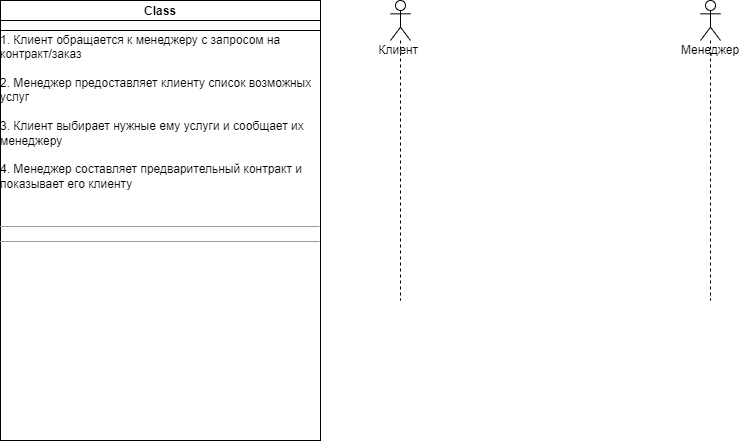
Earlier version of the draw.io export InteractionDiagram.drawio.png (Awftf/UML). Source tidied: cells renumbered, new cells last; positions are measured from the earlier drawing's top-left corner, leaving out a move shared by most shapes.
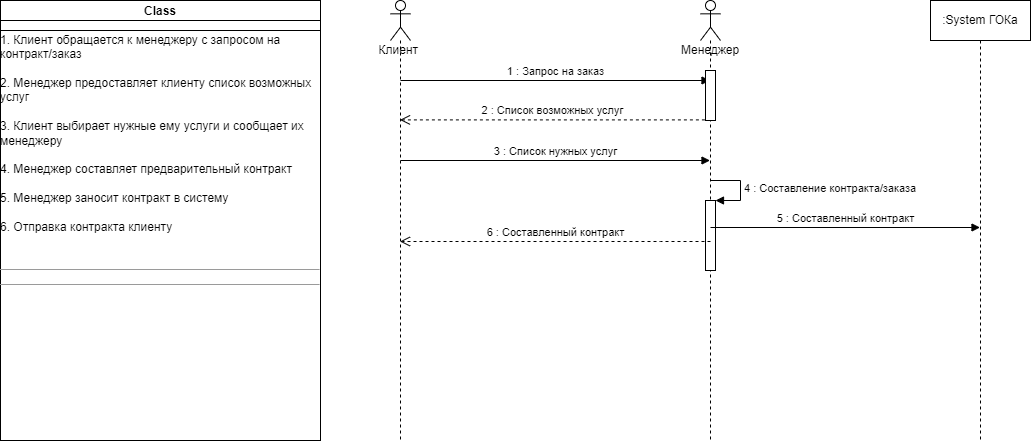
The same diagram one commit later.

Change to the diagram source:
```diff
@@ -3,16 +3,61 @@
     <mxCell id="0" />
     <mxCell id="1" parent="0" />
     <mxCell id="2" value="Клиент&amp;nbsp;" style="shape=umlLifeline;participant=umlActor;perimeter=lifelinePerimeter;whiteSpace=wrap;html=1;verticalAlign=top;spacingTop=36;outlineConnect=0;" parent="1" vertex="1">
-      <mxGeometry x="390" width="20" height="300" as="geometry" />
+      <mxGeometry x="390" width="20" height="440" as="geometry" />
     </mxCell>
+    <mxCell id="6" value="3 : Список нужных услуг" style="html=1;verticalAlign=bottom;endArrow=block;rounded=0;" parent="2" edge="1" target="3">
+      <mxGeometry relative="1" as="geometry">
+        <mxPoint x="10" y="160" as="sourcePoint" />
+      </mxGeometry>
+    </mxCell>
+    <mxCell id="7" value="1 : Запрос на заказ" style="html=1;verticalAlign=bottom;endArrow=block;rounded=0;" parent="2" edge="1" target="3">
+      <mxGeometry relative="1" as="geometry">
+        <mxPoint x="10" y="80" as="sourcePoint" />
+      </mxGeometry>
+    </mxCell>
     <mxCell id="3" value="Менеджер&lt;br&gt;" style="shape=umlLifeline;participant=umlActor;perimeter=lifelinePerimeter;whiteSpace=wrap;html=1;verticalAlign=top;spacingTop=36;outlineConnect=0;" parent="1" vertex="1">
-      <mxGeometry x="700" width="20" height="300" as="geometry" />
+      <mxGeometry x="700" width="20" height="440" as="geometry" />
     </mxCell>
+    <mxCell id="8" style="html=1;points=[];perimeter=orthogonalPerimeter;" parent="3" vertex="1">
+      <mxGeometry x="5" y="70" width="10" height="50" as="geometry" />
+    </mxCell>
+    <mxCell id="9" style="html=1;points=[];perimeter=orthogonalPerimeter;" parent="3" vertex="1">
+      <mxGeometry x="5" y="200" width="10" height="70" as="geometry" />
+    </mxCell>
+    <mxCell id="10" value="4 : Составление контракта/заказа" style="edgeStyle=orthogonalEdgeStyle;html=1;align=left;spacingLeft=2;endArrow=block;rounded=0;entryX=1;entryY=0;" parent="3" edge="1" target="9">
+      <mxGeometry relative="1" as="geometry">
+        <mxPoint x="10" y="180" as="sourcePoint" />
+        <Array as="points">
+          <mxPoint x="40" y="180" />
+        </Array>
+      </mxGeometry>
+    </mxCell>
+    <mxCell id="11" value="5 : Составленный контракт" style="html=1;verticalAlign=bottom;endArrow=block;rounded=0;" parent="3" edge="1">
+      <mxGeometry relative="1" as="geometry">
+        <mxPoint x="10" y="227" as="sourcePoint" />
+        <mxPoint x="279.5" y="227" as="targetPoint" />
+      </mxGeometry>
+    </mxCell>
-    <mxCell id="4" value="&lt;p style=&quot;margin: 0px ; margin-top: 4px ; text-align: center&quot;&gt;&lt;b&gt;Class&lt;/b&gt;&lt;/p&gt;&lt;br&gt;1. Клиент обращается к менеджеру с запросом на &lt;br&gt;контракт/заказ&lt;br&gt;&lt;br&gt;2. Менеджер предоставляет клиенту список возможных&lt;br&gt;услуг&lt;br&gt;&lt;br&gt;3. Клиент выбирает нужные ему услуги и сообщает их&lt;br&gt;менеджеру&lt;br&gt;&lt;br&gt;4. Менеджер составляет предварительный контракт и&amp;nbsp;&lt;br&gt;показывает его клиенту&amp;nbsp;&lt;br&gt;&lt;br&gt;&lt;br&gt;&lt;hr size=&quot;1&quot;&gt;&lt;div style=&quot;height: 2px&quot;&gt;&lt;br&gt;&lt;/div&gt;&lt;hr size=&quot;1&quot;&gt;&lt;div style=&quot;height: 2px&quot;&gt;&lt;/div&gt;" style="verticalAlign=top;align=left;overflow=fill;fontSize=12;fontFamily=Helvetica;html=1;" parent="1" vertex="1">
+    <mxCell id="4" value="&lt;p style=&quot;margin: 0px ; margin-top: 4px ; text-align: center&quot;&gt;&lt;b&gt;Class&lt;/b&gt;&lt;/p&gt;&lt;br&gt;1. Клиент обращается к менеджеру с запросом на &lt;br&gt;контракт/заказ&lt;br&gt;&lt;br&gt;2. Менеджер предоставляет клиенту список возможных&lt;br&gt;услуг&lt;br&gt;&lt;br&gt;3. Клиент выбирает нужные ему услуги и сообщает их&lt;br&gt;менеджеру&lt;br&gt;&lt;br&gt;4. Менеджер составляет предварительный контракт&lt;br&gt;&lt;br&gt;5. Менеджер заносит контракт в систему&lt;br&gt;&lt;br&gt;6. Отправка контракта клиенту&lt;br&gt;&lt;br&gt;&lt;br&gt;&lt;hr size=&quot;1&quot;&gt;&lt;div style=&quot;height: 2px&quot;&gt;&lt;br&gt;&lt;/div&gt;&lt;hr size=&quot;1&quot;&gt;&lt;div style=&quot;height: 2px&quot;&gt;&lt;/div&gt;" style="verticalAlign=top;align=left;overflow=fill;fontSize=12;fontFamily=Helvetica;html=1;" parent="1" vertex="1">
       <mxGeometry width="320" height="440" as="geometry" />
     </mxCell>
     <mxCell id="5" style="rounded=0;whiteSpace=wrap;html=1;" parent="1" vertex="1">
       <mxGeometry y="20" width="320" height="10" as="geometry" />
     </mxCell>
+    <mxCell id="12" value="2 : Список возможных услуг" style="html=1;verticalAlign=bottom;endArrow=open;dashed=1;endSize=8;rounded=0;exitX=-0.06;exitY=0.988;exitDx=0;exitDy=0;exitPerimeter=0;" parent="1" edge="1" source="8" target="2">
+      <mxGeometry relative="1" as="geometry" />
+    </mxCell>
+    <mxCell id="13" value="6 : Составленный контракт" style="html=1;verticalAlign=bottom;endArrow=open;dashed=1;endSize=8;rounded=0;" parent="1" edge="1">
+      <mxGeometry relative="1" as="geometry">
+        <mxPoint x="710" y="241" as="sourcePoint" />
+        <mxPoint x="399.5" y="241" as="targetPoint" />
+        <Array as="points">
+          <mxPoint x="660" y="241" />
+        </Array>
+      </mxGeometry>
+    </mxCell>
+    <mxCell id="14" value=":System ГОКа" style="shape=umlLifeline;perimeter=lifelinePerimeter;whiteSpace=wrap;html=1;" parent="1" vertex="1">
+      <mxGeometry x="930" width="100" height="440" as="geometry" />
+    </mxCell>
   </root>
 </mxGraphModel>
```
